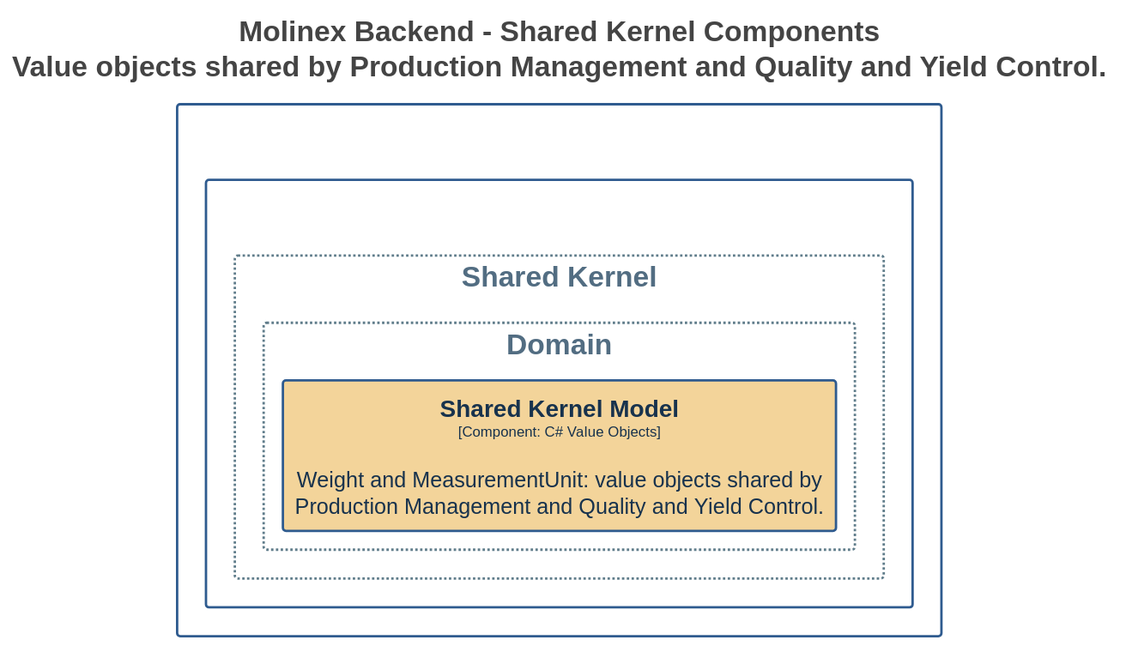
Above: assets/Images Chapter 4/Domain-Driven Software Architecture/C4 Model/backend-production-quality-shared-kernel-component-diagram.svg in Vanguard-app-web/molinex-report-apweb (PlantUML), before the change. Its diagram source:
```plantuml
@startuml
title <size:24>Molinex Backend - Shared Kernel Components</size>\n<size:24>Value objects shared by Production Management and Quality and Yield Control.</size>

set separator none
top to bottom direction
skinparam ranksep 60
skinparam nodesep 30
hide stereotype

<style>
  root {
    BackgroundColor: #ffffff;
    FontColor: #444444;
  }
  // Element,Component,Backend Domain,Shared Kernel
  .Element-RWxlbWVudCxDb21wb25lbnQsQmFja2VuZCBEb21haW4sU2hhcmVkIEtlcm5lbA== {
    BackgroundColor: #f3d49a;
    LineColor: #2f5b8f;
    LineStyle: 0;
    LineThickness: 2;
    FontColor: #17324d;
    FontSize: 18;
    HorizontalAlignment: center;
    Shadowing: 0;
    MaximumWidth: 450;
  }
  // Molinex Platform
  .Boundary-TW9saW5leCBQbGF0Zm9ybQ== {
    BackgroundColor: #ffffff;
    LineColor: #2f5b8f;
    LineStyle: 0;
    LineThickness: 2;
    FontColor: #ffffff;
    FontSize: 18;
    HorizontalAlignment: center;
    Shadowing: 0;
  }
  // RESTful API
  .Boundary-UkVTVGZ1bCBBUEk= {
    BackgroundColor: #ffffff;
    LineColor: #2f5b8f;
    LineStyle: 0;
    LineThickness: 2;
    FontColor: #ffffff;
    FontSize: 18;
    HorizontalAlignment: center;
    Shadowing: 0;
  }
  // Shared Kernel
  .Group-U2hhcmVkIEtlcm5lbA== {
    BackgroundColor: #ffffff;
    LineColor: #607d8b;
    LineStyle: 2-2;
    LineThickness: 2;
    FontColor: #526d82;
    FontSize: 24;
    HorizontalAlignment: center;
    Shadowing: 0;
  }
  // Shared Kernel/Domain
  .Group-U2hhcmVkIEtlcm5lbC9Eb21haW4= {
    BackgroundColor: #ffffff;
    LineColor: #607d8b;
    LineStyle: 2-2;
    LineThickness: 2;
    FontColor: #526d82;
    FontSize: 24;
    HorizontalAlignment: center;
    Shadowing: 0;
  }
</style>

rectangle "Molinex Platform\n<size:12>[Software System]</size>" <<Boundary-TW9saW5leCBQbGF0Zm9ybQ==>> {
  rectangle "RESTful API\n<size:12>[Container: C#, ASP.NET Core and Entity Framework Core]</size>" <<Boundary-UkVTVGZ1bCBBUEk=>> {
    rectangle "Shared Kernel" <<Group-U2hhcmVkIEtlcm5lbA==>> as groupU2hhcmVkIEtlcm5lbA== {
        rectangle "Domain" <<Group-U2hhcmVkIEtlcm5lbC9Eb21haW4=>> as groupU2hhcmVkIEtlcm5lbC9Eb21haW4= {
          rectangle "==Shared Kernel Model\n<size:12>[Component: C# Value Objects]</size>\n\nWeight and MeasurementUnit: value objects shared by Production Management and Quality and Yield Control." <<Element-RWxlbWVudCxDb21wb25lbnQsQmFja2VuZCBEb21haW4sU2hhcmVkIEtlcm5lbA==>> as MolinexPlatform.RESTfulAPI.SharedKernelModel
        }

    }

  }

}
@enduml
```
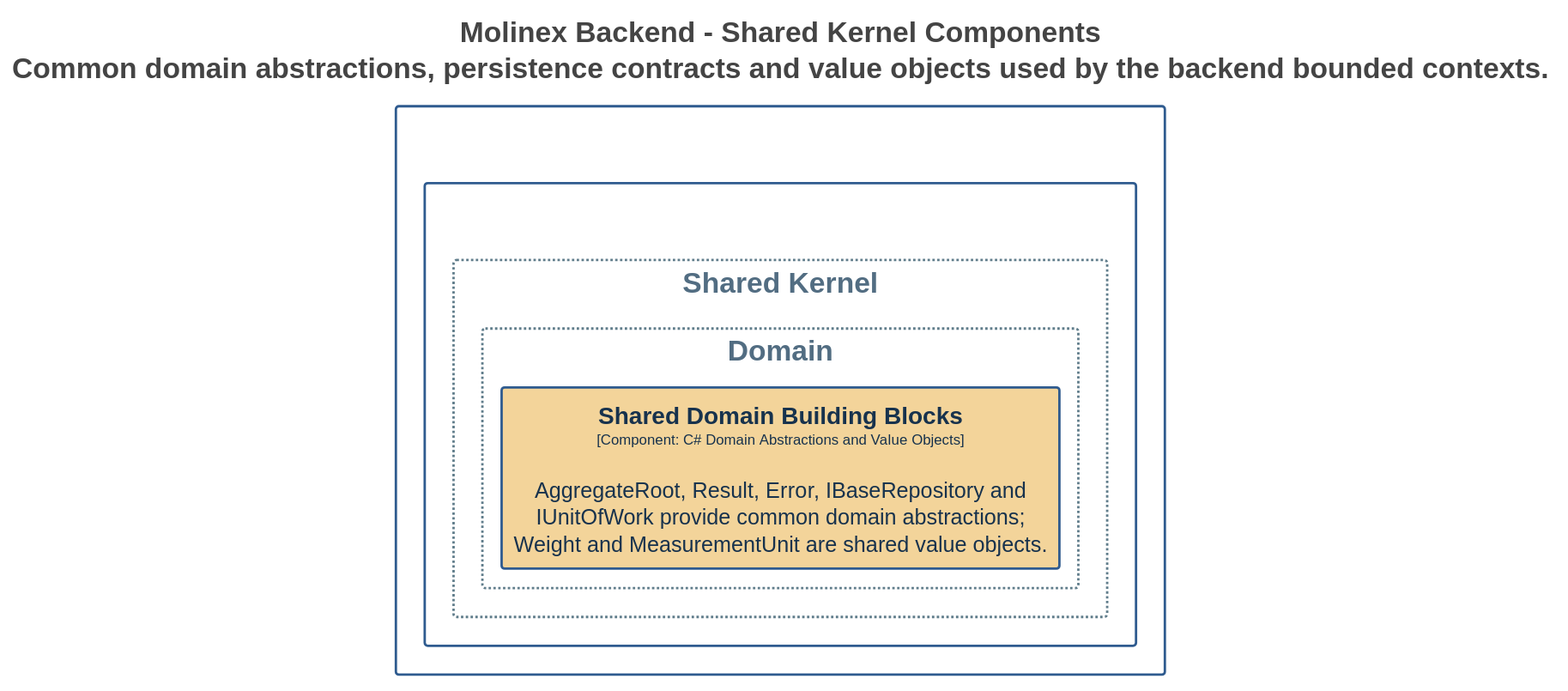
The same file after the commit.

What changed in the source:
```diff
@@ -1,10 +1,10 @@
 @startuml
-title <size:24>Molinex Backend - Shared Kernel Components</size>\n<size:24>Value objects shared by Production Management and Quality and Yield Control.</size>
+title <size:24>Molinex Backend - Shared Kernel Components</size>\n<size:24>Common domain abstractions, persistence contracts and value objects used by the backend bounded contexts.</size>
 
 set separator none
 top to bottom direction
-skinparam ranksep 60
-skinparam nodesep 30
+skinparam ranksep 20
+skinparam nodesep 5
 hide stereotype
 
 <style>
@@ -72,9 +72,9 @@
 
 rectangle "Molinex Platform\n<size:12>[Software System]</size>" <<Boundary-TW9saW5leCBQbGF0Zm9ybQ==>> {
   rectangle "RESTful API\n<size:12>[Container: C#, ASP.NET Core and Entity Framework Core]</size>" <<Boundary-UkVTVGZ1bCBBUEk=>> {
-    rectangle "Shared Kernel" <<Group-U2hhcmVkIEtlcm5lbA==>> as groupU2hhcmVkIEtlcm5lbA== {
-        rectangle "Domain" <<Group-U2hhcmVkIEtlcm5lbC9Eb21haW4=>> as groupU2hhcmVkIEtlcm5lbC9Eb21haW4= {
-          rectangle "==Shared Kernel Model\n<size:12>[Component: C# Value Objects]</size>\n\nWeight and MeasurementUnit: value objects shared by Production Management and Quality and Yield Control." <<Element-RWxlbWVudCxDb21wb25lbnQsQmFja2VuZCBEb21haW4sU2hhcmVkIEtlcm5lbA==>> as MolinexPlatform.RESTfulAPI.SharedKernelModel
+    rectangle "Shared Kernel" <<Group-U2hhcmVkIEtlcm5lbA==>> as group78 {
+        rectangle "Domain" <<Group-U2hhcmVkIEtlcm5lbC9Eb21haW4=>> as group79 {
+          rectangle "==Shared Domain Building Blocks\n<size:12>[Component: C# Domain Abstractions and Value Objects]</size>\n\nAggregateRoot, Result, Error, IBaseRepository and IUnitOfWork provide common domain abstractions; Weight and MeasurementUnit are shared value objects." <<Element-RWxlbWVudCxDb21wb25lbnQsQmFja2VuZCBEb21haW4sU2hhcmVkIEtlcm5lbA==>> as MolinexPlatform.RESTfulAPI.SharedDomainBuildingBlocks
         }
 
     }
```
